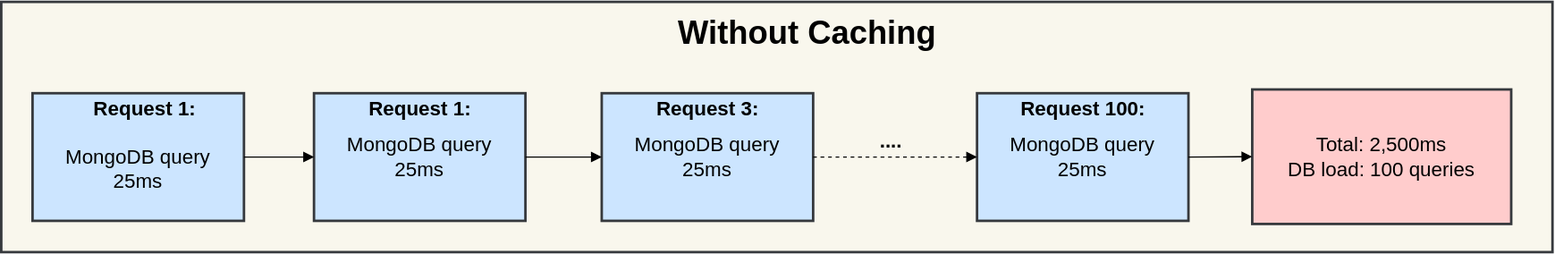
Earlier version of the draw.io export FastAPI-Basics-Lab-assets/Lab-7/images/archi_diagrams/Lab-7_without-caching.drawio.svg (poridhiEng/lab-asset). Source tidied: cells renumbered, new cells last; positions are measured from the earlier drawing's top-left corner, leaving out a move shared by most shapes.
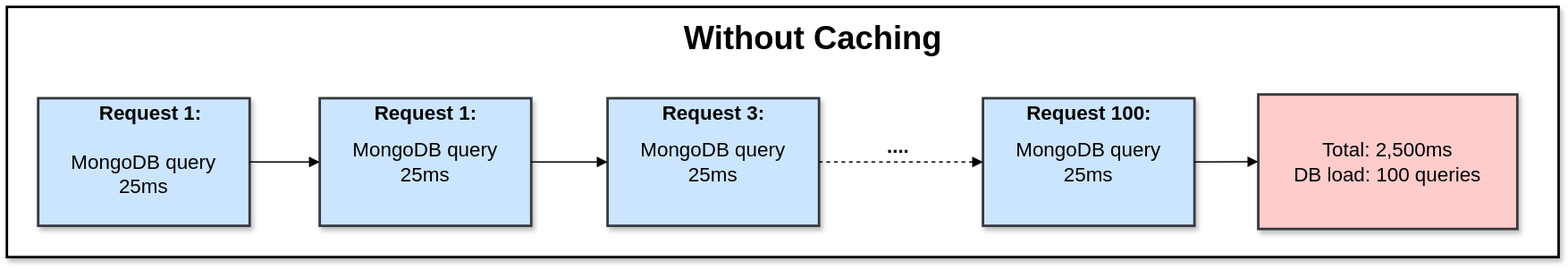
Later version of the same file.

The edit, as a diff of the source:
```diff
@@ -2,47 +2,47 @@
   <root>
     <mxCell id="0" />
     <mxCell id="1" parent="0" />
-    <mxCell id="2" style="whiteSpace=wrap;strokeWidth=2;fontSize=16;fillColor=#f9f7ed;strokeColor=#36393d;" parent="1" vertex="1">
-      <mxGeometry width="1240" height="200" as="geometry" />
-    </mxCell>
-    <mxCell id="3" value="&#10;MongoDB query&#10;25ms" style="whiteSpace=wrap;strokeWidth=2;fontSize=16;fillColor=#cce5ff;strokeColor=#36393d;" parent="1" vertex="1">
-      <mxGeometry x="25" y="73" width="169" height="102" as="geometry" />
-    </mxCell>
-    <mxCell id="4" value="MongoDB query&#10;25ms" style="whiteSpace=wrap;strokeWidth=2;fontSize=16;fillColor=#cce5ff;strokeColor=#36393d;" parent="1" vertex="1">
-      <mxGeometry x="250" y="73" width="169" height="102" as="geometry" />
-    </mxCell>
-    <mxCell id="5" value="MongoDB query&#10;25ms" style="whiteSpace=wrap;strokeWidth=2;fontSize=16;fillColor=#cce5ff;strokeColor=#36393d;" parent="1" vertex="1">
-      <mxGeometry x="480" y="73" width="169" height="102" as="geometry" />
-    </mxCell>
-    <mxCell id="6" value="MongoDB query&#10;25ms" style="whiteSpace=wrap;strokeWidth=2;fontSize=16;fillColor=#cce5ff;strokeColor=#36393d;" parent="1" vertex="1">
-      <mxGeometry x="780" y="73" width="169" height="102" as="geometry" />
-    </mxCell>
+    <mxCell id="19" style="whiteSpace=wrap;strokeWidth=2;fontSize=16;shadow=1;" parent="1" vertex="1">
+      <mxGeometry width="1240" height="200" as="geometry" />
+    </mxCell>
+    <mxCell id="20" value="&#10;MongoDB query&#10;25ms" style="whiteSpace=wrap;strokeWidth=2;fontSize=16;fillColor=#cce5ff;strokeColor=#36393d;shadow=1;" parent="1" vertex="1">
+      <mxGeometry x="25" y="73" width="169" height="102" as="geometry" />
+    </mxCell>
+    <mxCell id="21" value="MongoDB query&#10;25ms" style="whiteSpace=wrap;strokeWidth=2;fontSize=16;fillColor=#cce5ff;strokeColor=#36393d;shadow=1;" parent="1" vertex="1">
+      <mxGeometry x="250" y="73" width="169" height="102" as="geometry" />
+    </mxCell>
+    <mxCell id="22" value="MongoDB query&#10;25ms" style="whiteSpace=wrap;strokeWidth=2;fontSize=16;fillColor=#cce5ff;strokeColor=#36393d;shadow=1;" parent="1" vertex="1">
+      <mxGeometry x="480" y="73" width="169" height="102" as="geometry" />
+    </mxCell>
+    <mxCell id="23" value="MongoDB query&#10;25ms" style="whiteSpace=wrap;strokeWidth=2;fontSize=16;fillColor=#cce5ff;strokeColor=#36393d;shadow=1;" parent="1" vertex="1">
+      <mxGeometry x="780" y="73" width="169" height="102" as="geometry" />
+    </mxCell>
-    <mxCell id="7" value="Total: 2,500ms&#10;DB load: 100 queries" style="whiteSpace=wrap;strokeWidth=2;fontSize=16;fillColor=#ffcccc;strokeColor=#36393d;" parent="1" vertex="1">
+    <mxCell id="7" value="Total: 2,500ms&#10;DB load: 100 queries" style="whiteSpace=wrap;strokeWidth=2;fontSize=16;fillColor=#ffcccc;strokeColor=#36393d;shadow=1;" parent="1" vertex="1">
       <mxGeometry x="1000" y="70" width="207" height="107.5" as="geometry" />
     </mxCell>
-    <mxCell id="8" style="curved=1;startArrow=none;endArrow=block;exitX=1;exitY=0.5;entryX=0;entryY=0.5;rounded=0;fontSize=16;" parent="1" edge="1" source="3" target="4">
-      <mxGeometry relative="1" as="geometry" />
-    </mxCell>
-    <mxCell id="9" style="curved=1;startArrow=none;endArrow=block;exitX=1.01;exitY=0.5;entryX=0;entryY=0.5;rounded=0;fontSize=16;" parent="1" edge="1" source="4" target="5">
-      <mxGeometry relative="1" as="geometry" />
-    </mxCell>
-    <mxCell id="10" style="curved=1;startArrow=none;endArrow=block;exitX=1;exitY=0.5;entryX=0;entryY=0.5;rounded=0;dashed=1;fontSize=16;" parent="1" edge="1" source="5" target="6">
-      <mxGeometry relative="1" as="geometry" />
-    </mxCell>
+    <mxCell id="24" style="curved=1;startArrow=none;endArrow=block;exitX=1;exitY=0.5;entryX=0;entryY=0.5;rounded=0;fontSize=16;" parent="1" edge="1" source="20" target="21">
+      <mxGeometry relative="1" as="geometry" />
+    </mxCell>
+    <mxCell id="25" style="curved=1;startArrow=none;endArrow=block;exitX=1.01;exitY=0.5;entryX=0;entryY=0.5;rounded=0;fontSize=16;" parent="1" edge="1" source="21" target="22">
+      <mxGeometry relative="1" as="geometry" />
+    </mxCell>
+    <mxCell id="26" style="curved=1;startArrow=none;endArrow=block;exitX=1;exitY=0.5;entryX=0;entryY=0.5;rounded=0;dashed=1;fontSize=16;" parent="1" edge="1" source="22" target="23">
+      <mxGeometry relative="1" as="geometry" />
+    </mxCell>
-    <mxCell id="11" value="&lt;font&gt;&lt;b&gt;....&lt;/b&gt;&lt;/font&gt;" style="edgeLabel;html=1;align=center;verticalAlign=middle;fontSize=16;labelBackgroundColor=none;" parent="10" vertex="1">
+    <mxCell id="11" value="&lt;font&gt;&lt;b&gt;....&lt;/b&gt;&lt;/font&gt;" style="edgeLabel;html=1;align=center;verticalAlign=middle;fontSize=16;labelBackgroundColor=none;" parent="26" vertex="1">
       <mxGeometry x="-0.03" y="2" relative="1" as="geometry">
         <mxPoint x="-3" y="-12" as="offset" />
       </mxGeometry>
     </mxCell>
-    <mxCell id="12" style="curved=1;startArrow=none;endArrow=block;exitX=1.01;exitY=0.5;entryX=0;entryY=0.5;rounded=0;fontSize=16;" parent="1" edge="1" source="6" target="7">
-      <mxGeometry relative="1" as="geometry" />
-    </mxCell>
-    <mxCell id="13" value="Request 1:" style="text;html=1;whiteSpace=wrap;strokeColor=none;fillColor=none;align=center;verticalAlign=middle;rounded=0;fontStyle=1;fontSize=16;" parent="1" vertex="1">
-      <mxGeometry x="70" y="70" width="90" height="30" as="geometry" />
-    </mxCell>
-    <mxCell id="14" value="Request 1:" style="text;html=1;whiteSpace=wrap;strokeColor=none;fillColor=none;align=center;verticalAlign=middle;rounded=0;fontStyle=1;fontSize=16;" parent="1" vertex="1">
-      <mxGeometry x="290" y="70" width="89.8" height="30" as="geometry" />
-    </mxCell>
+    <mxCell id="27" style="curved=1;startArrow=none;endArrow=block;exitX=1.01;exitY=0.5;entryX=0;entryY=0.5;rounded=0;fontSize=16;" parent="1" edge="1" source="23" target="7">
+      <mxGeometry relative="1" as="geometry" />
+    </mxCell>
+    <mxCell id="28" value="Request 1:" style="text;html=1;whiteSpace=wrap;strokeColor=none;fillColor=none;align=center;verticalAlign=middle;rounded=0;fontStyle=1;fontSize=16;" parent="1" vertex="1">
+      <mxGeometry x="70" y="70" width="90" height="30" as="geometry" />
+    </mxCell>
+    <mxCell id="29" value="Request 1:" style="text;html=1;whiteSpace=wrap;strokeColor=none;fillColor=none;align=center;verticalAlign=middle;rounded=0;fontStyle=1;fontSize=16;" parent="1" vertex="1">
+      <mxGeometry x="290" y="70" width="89.8" height="30" as="geometry" />
+    </mxCell>
     <mxCell id="15" value="Request 3:" style="text;html=1;whiteSpace=wrap;strokeColor=none;fillColor=none;align=center;verticalAlign=middle;rounded=0;fontStyle=1;fontSize=16;" parent="1" vertex="1">
       <mxGeometry x="520" y="70" width="89.8" height="30" as="geometry" />
     </mxCell>
```
